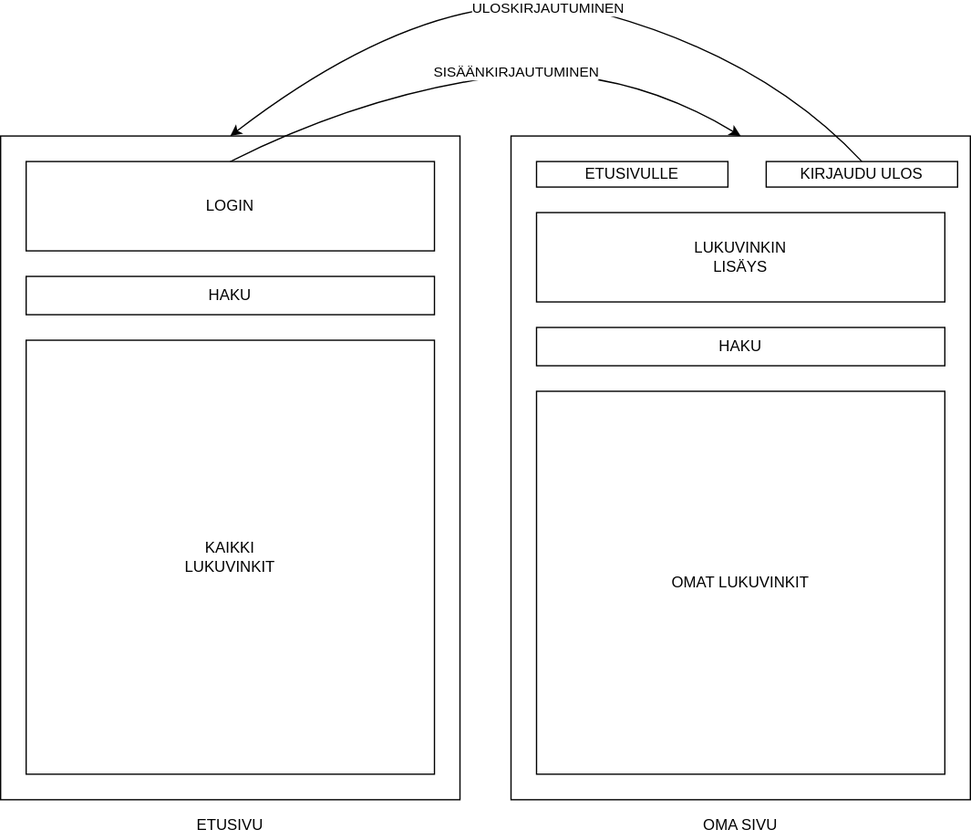
Before: dokumentaatio/ui_rautalanka.svg, a diagram exported from draw.io (TeemuBergman/OHTU-lukuvinkkikirjasto). Source tidied: cells renumbered, new cells last; positions are measured from the earlier drawing's top-left corner, leaving out a move shared by most shapes. Source of this version:
```xml
<mxGraphModel>
  <root>
    <mxCell id="0" />
    <mxCell id="1" parent="0" />
    <mxCell id="2" style="whiteSpace=wrap;html=1;" parent="1" vertex="1">
      <mxGeometry y="130" width="360" height="520" as="geometry" />
    </mxCell>
    <mxCell id="3" style="whiteSpace=wrap;html=1;" parent="1" vertex="1">
      <mxGeometry x="400" y="130" width="360" height="520" as="geometry" />
    </mxCell>
    <mxCell id="4" value="&lt;div&gt;LOGIN&lt;/div&gt;" style="whiteSpace=wrap;html=1;" parent="1" vertex="1">
      <mxGeometry x="20" y="150" width="320" height="70" as="geometry" />
    </mxCell>
    <mxCell id="5" value="HAKU" style="whiteSpace=wrap;html=1;" parent="1" vertex="1">
      <mxGeometry x="20" y="240" width="320" height="30" as="geometry" />
    </mxCell>
    <mxCell id="6" value="&lt;div&gt;KAIKKI&lt;/div&gt;&lt;div&gt;LUKUVINKIT&lt;br&gt;&lt;/div&gt;" style="whiteSpace=wrap;html=1;" parent="1" vertex="1">
      <mxGeometry x="20" y="290" width="320" height="340" as="geometry" />
    </mxCell>
    <mxCell id="7" value="ETUSIVULLE" style="whiteSpace=wrap;html=1;" parent="1" vertex="1">
      <mxGeometry x="420" y="150" width="150" height="20" as="geometry" />
    </mxCell>
    <mxCell id="8" value="KIRJAUDU ULOS" style="whiteSpace=wrap;html=1;" parent="1" vertex="1">
      <mxGeometry x="600" y="150" width="150" height="20" as="geometry" />
    </mxCell>
    <mxCell id="9" value="ETUSIVU" style="text;html=1;strokeColor=none;fillColor=none;align=center;verticalAlign=middle;whiteSpace=wrap;rounded=0;" parent="1" vertex="1">
      <mxGeometry x="160" y="660" width="40" height="20" as="geometry" />
    </mxCell>
    <mxCell id="10" value="OMA SIVU" style="text;html=1;strokeColor=none;fillColor=none;align=center;verticalAlign=middle;whiteSpace=wrap;rounded=0;" parent="1" vertex="1">
      <mxGeometry x="520" y="660" width="120" height="20" as="geometry" />
    </mxCell>
    <mxCell id="11" value="HAKU" style="whiteSpace=wrap;html=1;" parent="1" vertex="1">
      <mxGeometry x="420" y="280" width="320" height="30" as="geometry" />
    </mxCell>
    <mxCell id="12" value="&lt;div&gt;LUKUVINKIN&lt;/div&gt;&lt;div&gt;LISÄYS&lt;br&gt;&lt;/div&gt;" style="whiteSpace=wrap;html=1;" parent="1" vertex="1">
      <mxGeometry x="420" y="190" width="320" height="70" as="geometry" />
    </mxCell>
    <mxCell id="13" value="OMAT LUKUVINKIT" style="whiteSpace=wrap;html=1;" parent="1" vertex="1">
      <mxGeometry x="420" y="330" width="320" height="300" as="geometry" />
    </mxCell>
    <mxCell id="14" style="curved=1;endArrow=classic;html=1;exitX=0.5;exitY=0;exitDx=0;exitDy=0;entryX=0.5;entryY=0;entryDx=0;entryDy=0;" parent="1" edge="1" source="8" target="2">
      <mxGeometry relative="1" as="geometry">
        <Array as="points">
          <mxPoint x="600" y="70" />
          <mxPoint x="350" />
        </Array>
      </mxGeometry>
    </mxCell>
    <mxCell id="15" value="ULOSKIRJAUTUMINEN" style="edgeLabel;html=1;align=center;verticalAlign=middle;" parent="14" vertex="1">
      <mxGeometry x="-0.02" y="7" relative="1" as="geometry" />
    </mxCell>
    <mxCell id="16" style="curved=1;endArrow=classic;html=1;exitX=0.5;exitY=0;exitDx=0;exitDy=0;entryX=0.5;entryY=0;entryDx=0;entryDy=0;" parent="1" edge="1" source="4" target="3">
      <mxGeometry relative="1" as="geometry">
        <Array as="points">
          <mxPoint x="280" y="100" />
          <mxPoint x="480" y="70" />
        </Array>
      </mxGeometry>
    </mxCell>
    <mxCell id="17" value="SISÄÄNKIRJAUTUMINEN" style="edgeLabel;html=1;align=center;verticalAlign=middle;" parent="16" vertex="1">
      <mxGeometry x="0.1" y="3" relative="1" as="geometry">
        <mxPoint y="1" as="offset" />
      </mxGeometry>
    </mxCell>
  </root>
</mxGraphModel>
```
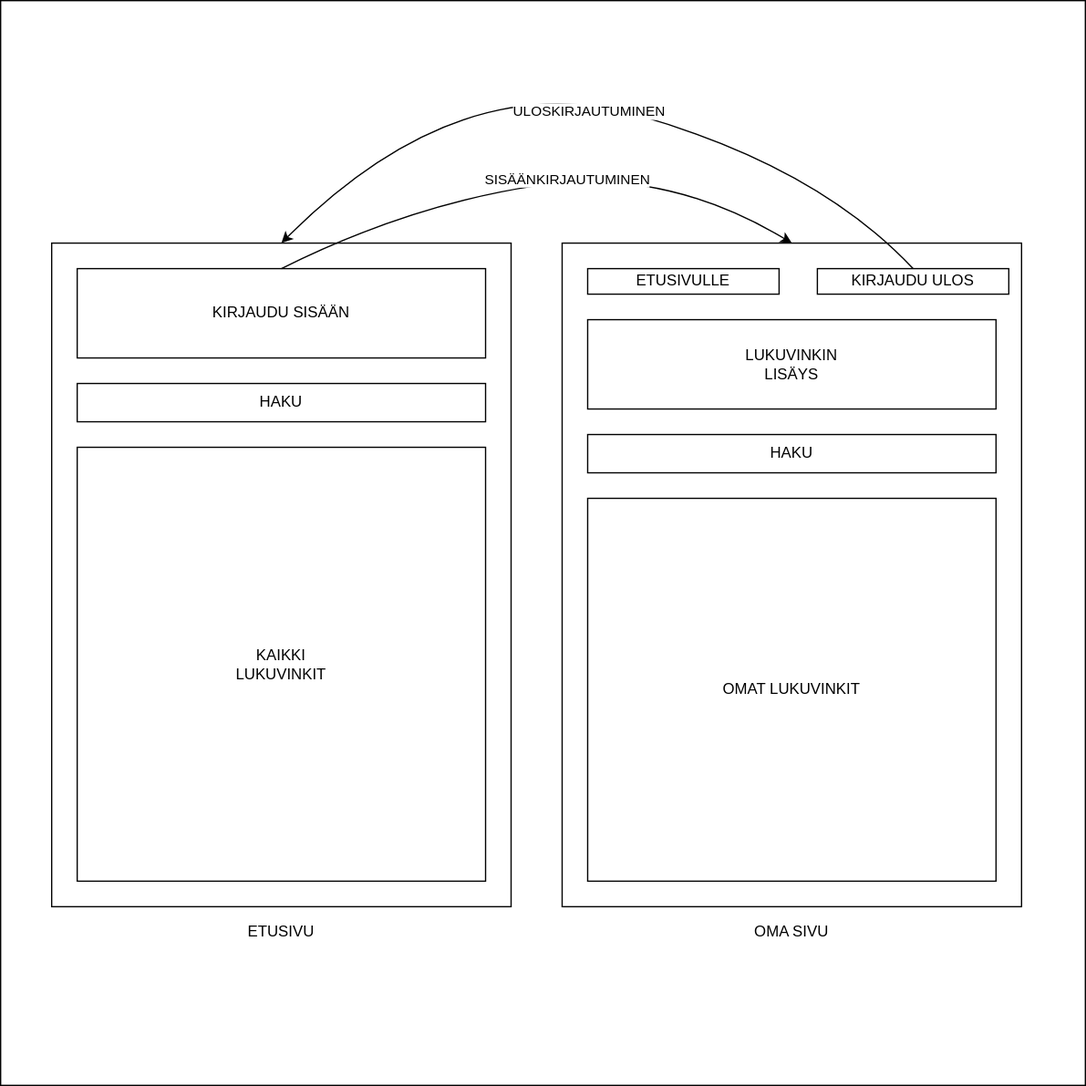
The same file after the commit.

What changed in the source:
```diff
@@ -2,13 +2,16 @@
   <root>
     <mxCell id="0" />
     <mxCell id="1" parent="0" />
+    <mxCell id="18" style="whiteSpace=wrap;html=1;" parent="1" vertex="1">
+      <mxGeometry x="-40" y="-60" width="850" height="850" as="geometry" />
+    </mxCell>
     <mxCell id="2" style="whiteSpace=wrap;html=1;" parent="1" vertex="1">
       <mxGeometry y="130" width="360" height="520" as="geometry" />
     </mxCell>
     <mxCell id="3" style="whiteSpace=wrap;html=1;" parent="1" vertex="1">
       <mxGeometry x="400" y="130" width="360" height="520" as="geometry" />
     </mxCell>
-    <mxCell id="4" value="&lt;div&gt;LOGIN&lt;/div&gt;" style="whiteSpace=wrap;html=1;" parent="1" vertex="1">
+    <mxCell id="4" value="KIRJAUDU SISÄÄN" style="whiteSpace=wrap;html=1;" parent="1" vertex="1">
       <mxGeometry x="20" y="150" width="320" height="70" as="geometry" />
     </mxCell>
     <mxCell id="5" value="HAKU" style="whiteSpace=wrap;html=1;" parent="1" vertex="1">
@@ -42,7 +45,7 @@
       <mxGeometry relative="1" as="geometry">
         <Array as="points">
           <mxPoint x="600" y="70" />
-          <mxPoint x="350" />
+          <mxPoint x="320" y="-10" />
         </Array>
       </mxGeometry>
     </mxCell>
```
